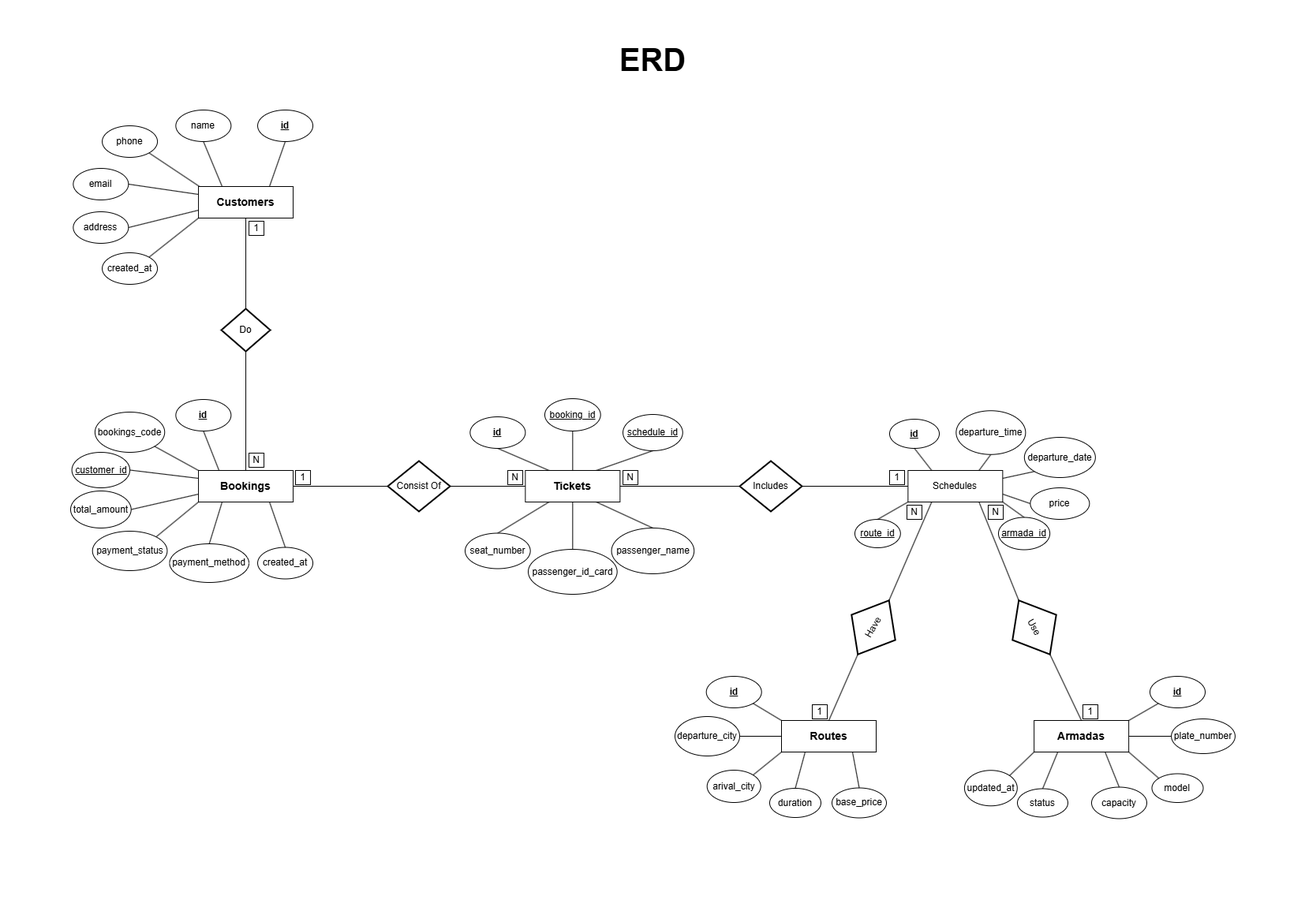
The draw.io diagram assets/png/ERD.png in Fauzan55-ikmal/Projek-UAS-Database-Fundamental, before a commit. Source tidied: cells renumbered, new cells last; positions are measured from the earlier drawing's top-left corner, leaving out a move shared by most shapes.
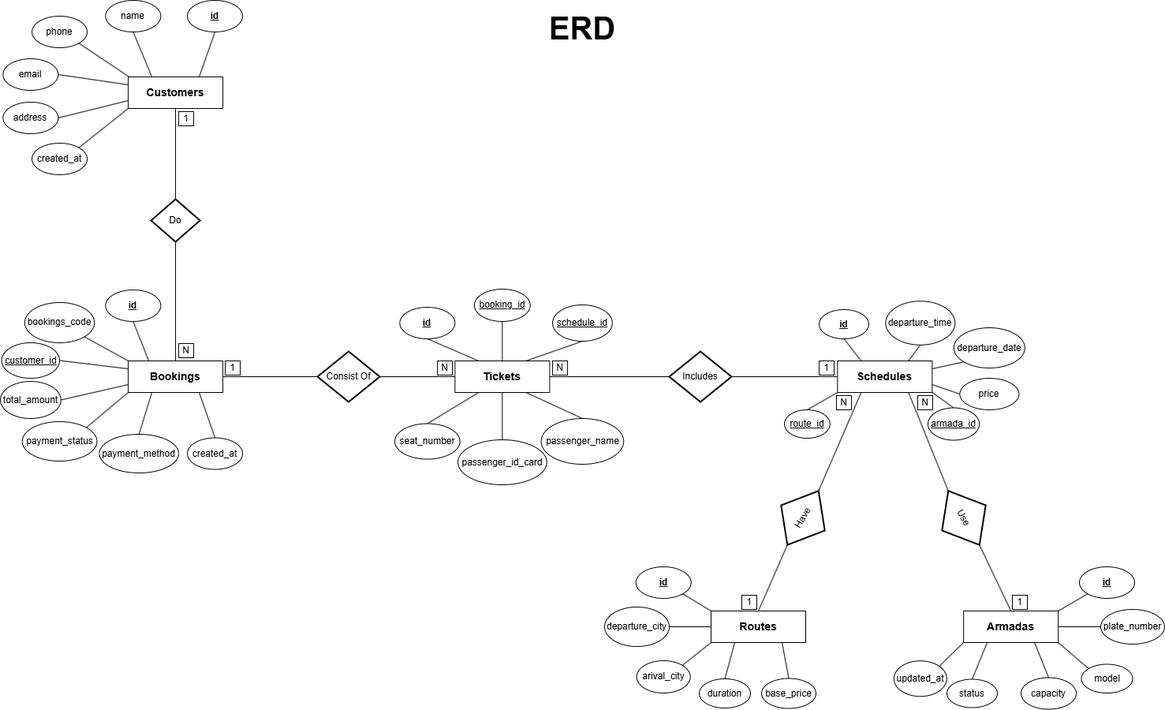
After the change.

Commit message:
ERD n Tabel Transformasi fix

What changed in the source:
```diff
@@ -230,7 +230,7 @@
         <mxPoint x="1066.3" y="556.2" as="targetPoint" />
       </mxGeometry>
     </mxCell>
-    <mxCell id="74" value="Schedules" style="rounded=0;whiteSpace=wrap;html=1;strokeColor=#000000;fontColor=#000000;labelBackgroundColor=#FFFFFF;fillColor=#FFFFFF;strokeWidth=1;" parent="1" vertex="1">
+    <mxCell id="74" value="&lt;font style=&quot;font-size: 14px;&quot;&gt;&lt;b&gt;Schedules&lt;/b&gt;&lt;/font&gt;" style="rounded=0;whiteSpace=wrap;html=1;strokeColor=#000000;fontColor=#000000;labelBackgroundColor=#FFFFFF;fillColor=#FFFFFF;strokeWidth=1;" parent="1" vertex="1">
       <mxGeometry x="1061.3" y="536" width="120" height="40" as="geometry" />
     </mxCell>
     <mxCell id="75" style="endArrow=none;html=1;rounded=0;entryX=0.25;entryY=1;entryDx=0;entryDy=0;strokeColor=#000000;fontColor=#000000;labelBackgroundColor=#FFFFFF;strokeWidth=1;exitX=1;exitY=0.5;exitDx=0;exitDy=0;" parent="1" edge="1" source="105" target="74">
@@ -303,7 +303,7 @@
       <mxGeometry x="700.1" y="536" width="19" height="18" as="geometry" />
     </mxCell>
     <mxCell id="98" value="&lt;span style=&quot;color: rgb(0, 0, 0);&quot;&gt;&lt;font style=&quot;font-size: 40px;&quot;&gt;&lt;b&gt;ERD&lt;/b&gt;&lt;/font&gt;&lt;/span&gt;" style="text;html=1;whiteSpace=wrap;strokeColor=none;fillColor=none;align=center;verticalAlign=middle;rounded=0;" parent="1" vertex="1">
-      <mxGeometry x="545" width="386" height="30" as="geometry" />
+      <mxGeometry x="545" y="99" width="386" height="30" as="geometry" />
     </mxCell>
     <mxCell id="99" value="Includes" style="rhombus;whiteSpace=wrap;html=1;strokeColor=#000000;fontColor=#000000;labelBackgroundColor=#FFFFFF;fillColor=#FFFFFF;strokeWidth=2;" parent="1" vertex="1">
       <mxGeometry x="848" y="524" width="79" height="64" as="geometry" />
```
